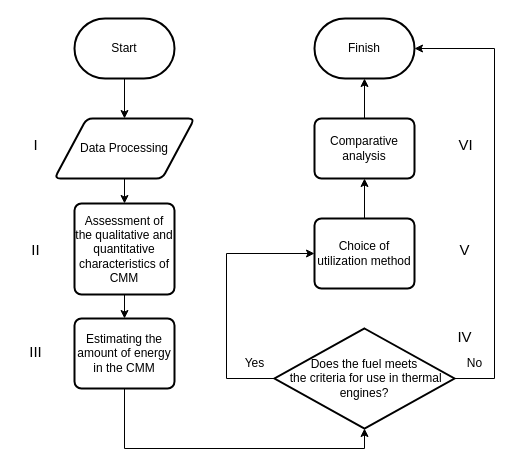
This is Диаграмма без названия.drawio from Randyrofed/CMM, a draw.io file, before an edit. Source tidied: cells renumbered, new cells numbered last; positions are measured from the earlier drawing's top-left corner, leaving out a move shared by most shapes. Both pictures are drawn from the tidied source at 100%, with x=0, y=0 at pixel (17, 18).
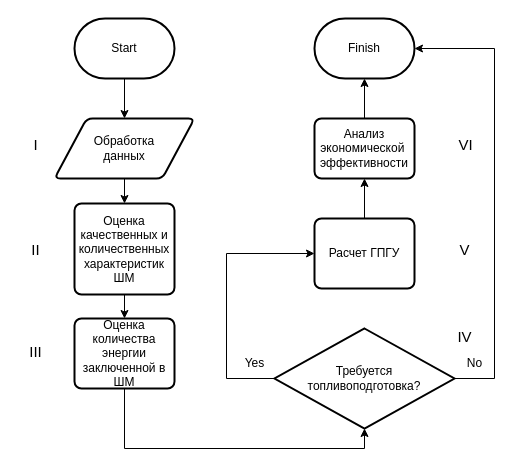
After the change.

What changed in the source:
```diff
@@
-    <mxCell id="5" value="Data Processing" style="shape=parallelogram;html=1;strokeWidth=2;perimeter=parallelogramPerimeter;whiteSpace=wrap;rounded=1;arcSize=12;size=0.23;" parent="1" vertex="1">
+    <mxCell id="5" value="Обработка &lt;br&gt;данных" style="shape=parallelogram;html=1;strokeWidth=2;perimeter=parallelogramPerimeter;whiteSpace=wrap;rounded=1;arcSize=12;size=0.23;" parent="1" vertex="1">
       <mxGeometry x="37" y="100" width="140" height="60" as="geometry" />
     </mxCell>
@@
-    <mxCell id="7" value="Assessment of the qualitative and quantitative characteristics of CMM" style="rounded=1;whiteSpace=wrap;html=1;absoluteArcSize=1;arcSize=14;strokeWidth=2;" parent="1" vertex="1">
+    <mxCell id="7" value="Оценка качественных и количественных характеристик ШМ" style="rounded=1;whiteSpace=wrap;html=1;absoluteArcSize=1;arcSize=14;strokeWidth=2;" parent="1" vertex="1">
       <mxGeometry x="57" y="185" width="100" height="91" as="geometry" />
     </mxCell>
@@
-    <mxCell id="9" value="Estimating the amount of energy in the CMM" style="rounded=1;whiteSpace=wrap;html=1;absoluteArcSize=1;arcSize=14;strokeWidth=2;" parent="1" vertex="1">
+    <mxCell id="9" value="Оценка количества энергии заключенной в ШМ" style="rounded=1;whiteSpace=wrap;html=1;absoluteArcSize=1;arcSize=14;strokeWidth=2;" parent="1" vertex="1">
       <mxGeometry x="57" y="300" width="100" height="70" as="geometry" />
     </mxCell>
@@
-    <mxCell id="12" value="Does the fuel meets&lt;br&gt;&amp;nbsp;the criteria for use in thermal engines?" style="strokeWidth=2;html=1;shape=mxgraph.flowchart.decision;whiteSpace=wrap;" parent="1" vertex="1">
+    <mxCell id="12" value="Требуется &lt;br&gt;топливоподготовка?" style="strokeWidth=2;html=1;shape=mxgraph.flowchart.decision;whiteSpace=wrap;" parent="1" vertex="1">
       <mxGeometry x="257" y="310" width="180" height="100" as="geometry" />
     </mxCell>
@@
-    <mxCell id="14" value="Choice of utilization method" style="rounded=1;whiteSpace=wrap;html=1;absoluteArcSize=1;arcSize=14;strokeWidth=2;" parent="1" vertex="1">
+    <mxCell id="14" value="Расчет ГПГУ" style="rounded=1;whiteSpace=wrap;html=1;absoluteArcSize=1;arcSize=14;strokeWidth=2;" parent="1" vertex="1">
       <mxGeometry x="297" y="200" width="100" height="70" as="geometry" />
     </mxCell>
@@
-    <mxCell id="16" value="Comparative analysis" style="rounded=1;whiteSpace=wrap;html=1;absoluteArcSize=1;arcSize=14;strokeWidth=2;" parent="1" vertex="1">
+    <mxCell id="16" value="Анализ&lt;br&gt;экономической&amp;nbsp;&lt;br&gt;эффективности" style="rounded=1;whiteSpace=wrap;html=1;absoluteArcSize=1;arcSize=14;strokeWidth=2;" parent="1" vertex="1">
       <mxGeometry x="297" y="100" width="100" height="60" as="geometry" />
     </mxCell>
```
